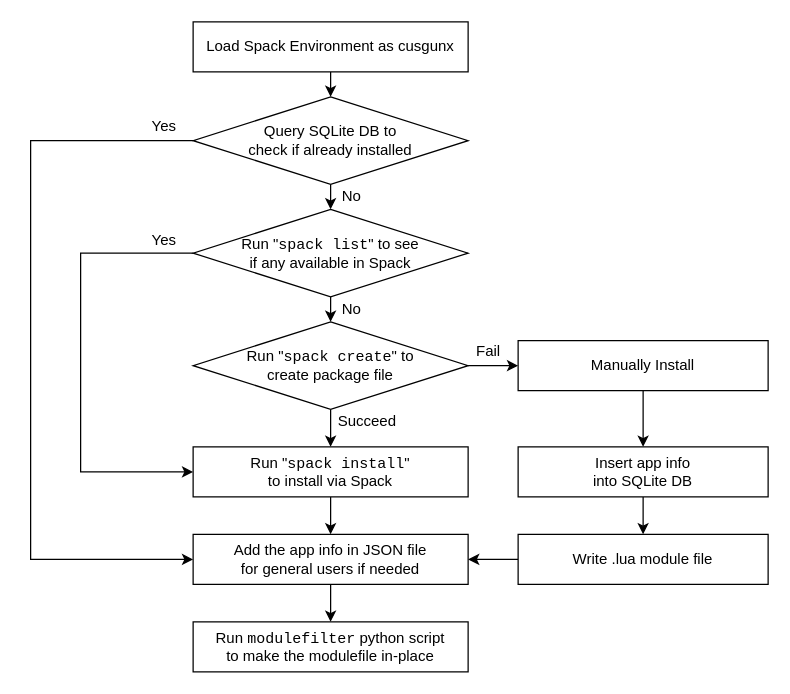
Above: figures/draw.io/spack_h2_hybrid_flow.drawio in huqy/hybrid-spack-manual-software-management (draw.io), before the change. Source tidied: cells renumbered, new cells numbered last; positions are measured from the earlier drawing's top-left corner, leaving out a move shared by most shapes. Both pictures are drawn from the tidied source at 125%, with x=0, y=0 at pixel (30, 21).
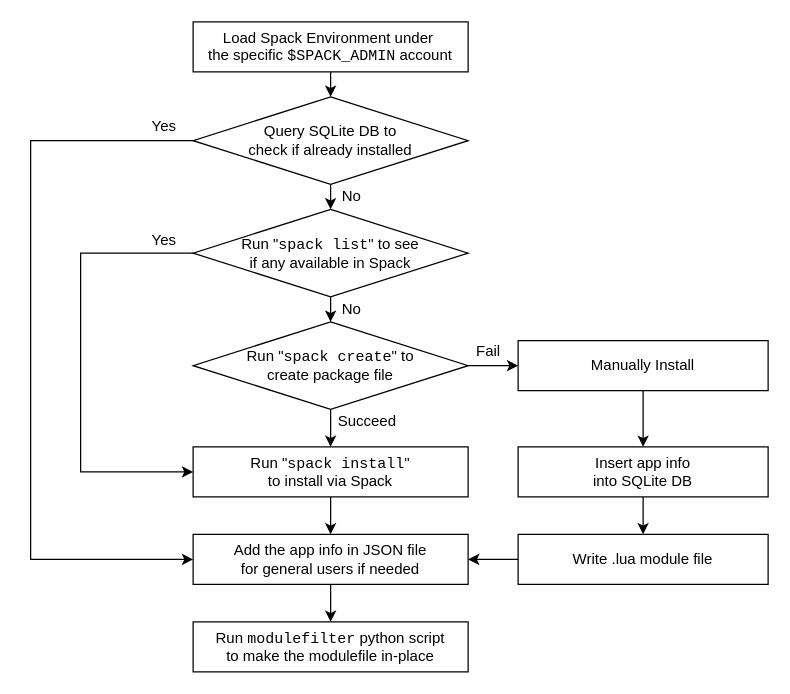
The same diagram, later.

The edit, as a diff of the source:
```diff
@@
-    <mxCell id="3" value="Load Spack Environment as cusgunx " style="rounded=0;whiteSpace=wrap;html=1;" parent="1" vertex="1">
+    <mxCell id="3" value="Load Spack Environment under&amp;nbsp;&lt;br&gt;the specific&amp;nbsp;&lt;font face=&quot;Courier New&quot;&gt;$SPACK_ADMIN&lt;/font&gt; account" style="rounded=0;whiteSpace=wrap;html=1;" parent="1" vertex="1">
       <mxGeometry x="130" width="220" height="40" as="geometry" />
     </mxCell>
```
